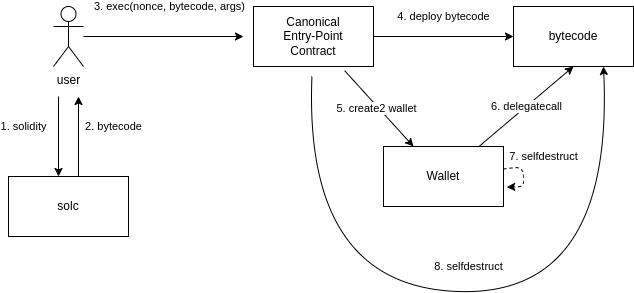
Earlier version of the draw.io export wallet.drawio.png (merklejerk/eco-wallets). Source tidied: cells renumbered, new cells last; positions are measured from the earlier drawing's top-left corner, leaving out a move shared by most shapes. Source of this version:
```xml
<mxGraphModel>
  <root>
    <mxCell id="0" />
    <mxCell id="1" parent="0" />
    <mxCell id="2" value="bytecode" style="rounded=0;whiteSpace=wrap;html=1;" parent="1" vertex="1">
      <mxGeometry x="505" width="120" height="60" as="geometry" />
    </mxCell>
    <mxCell id="3" value="6. delegatecall" style="edgeStyle=none;html=1;entryX=0.5;entryY=1;entryDx=0;entryDy=0;" parent="1" edge="1" source="4" target="2">
      <mxGeometry relative="1" as="geometry" />
    </mxCell>
    <mxCell id="4" value="Wallet" style="rounded=0;whiteSpace=wrap;html=1;" parent="1" vertex="1">
      <mxGeometry x="375" y="140" width="120" height="60" as="geometry" />
    </mxCell>
    <mxCell id="5" value="1. solidity" style="edgeStyle=none;html=1;" parent="1" edge="1">
      <mxGeometry x="-0.25" y="-35" relative="1" as="geometry">
        <mxPoint x="50" y="90" as="sourcePoint" />
        <mxPoint x="50" y="170" as="targetPoint" />
      </mxGeometry>
    </mxCell>
    <mxCell id="6" value="3. exec(nonce, bytecode, args)" style="edgeStyle=none;html=1;" parent="1" edge="1" source="7">
      <mxGeometry x="0.08" y="30" relative="1" as="geometry">
        <mxPoint x="235" y="30" as="targetPoint" />
      </mxGeometry>
    </mxCell>
    <mxCell id="7" value="user" style="shape=umlActor;verticalLabelPosition=bottom;verticalAlign=top;html=1;outlineConnect=0;" parent="1" vertex="1">
      <mxGeometry x="45" width="30" height="60" as="geometry" />
    </mxCell>
    <mxCell id="8" value="2. bytecode" style="edgeStyle=none;html=1;" parent="1" edge="1">
      <mxGeometry x="0.25" y="-35" relative="1" as="geometry">
        <mxPoint x="70" y="170" as="sourcePoint" />
        <mxPoint x="70" y="90" as="targetPoint" />
      </mxGeometry>
    </mxCell>
    <mxCell id="9" value="solc" style="rounded=0;whiteSpace=wrap;html=1;" parent="1" vertex="1">
      <mxGeometry y="170" width="120" height="60" as="geometry" />
    </mxCell>
    <mxCell id="10" value="4. deploy bytecode" style="edgeStyle=none;html=1;entryX=0;entryY=0.5;entryDx=0;entryDy=0;" parent="1" edge="1" target="2">
      <mxGeometry x="0.01" y="20" relative="1" as="geometry">
        <mxPoint x="365" y="30" as="sourcePoint" />
      </mxGeometry>
    </mxCell>
    <mxCell id="11" value="5. create2 wallet" style="edgeStyle=none;html=1;entryX=0.25;entryY=0;entryDx=0;entryDy=0;" parent="1" edge="1" target="4">
      <mxGeometry x="-0.05" y="-2" relative="1" as="geometry">
        <mxPoint x="336.2" y="64.2" as="sourcePoint" />
      </mxGeometry>
    </mxCell>
    <mxCell id="12" value="8. selfdestruct" style="edgeStyle=none;html=1;entryX=0.75;entryY=1;entryDx=0;entryDy=0;curved=1;" parent="1" edge="1" target="2">
      <mxGeometry y="25" relative="1" as="geometry">
        <mxPoint x="303.4" y="70" as="sourcePoint" />
        <Array as="points">
          <mxPoint x="295" y="280" />
          <mxPoint x="605" y="290" />
        </Array>
      </mxGeometry>
    </mxCell>
    <mxCell id="13" value="7. selfdestruct" style="edgeStyle=none;html=1;entryX=1.027;entryY=0.678;entryDx=0;entryDy=0;entryPerimeter=0;dashed=1;" parent="1" edge="1" source="4" target="4">
      <mxGeometry x="-0.29" y="22" relative="1" as="geometry">
        <mxPoint x="-2" y="-10" as="offset" />
      </mxGeometry>
    </mxCell>
    <mxCell id="14" value="Canonical&lt;br&gt;Entry-Point&lt;br&gt;Contract" style="rounded=0;whiteSpace=wrap;html=1;" parent="1" vertex="1">
      <mxGeometry x="245" width="120" height="60" as="geometry" />
    </mxCell>
  </root>
</mxGraphModel>
```
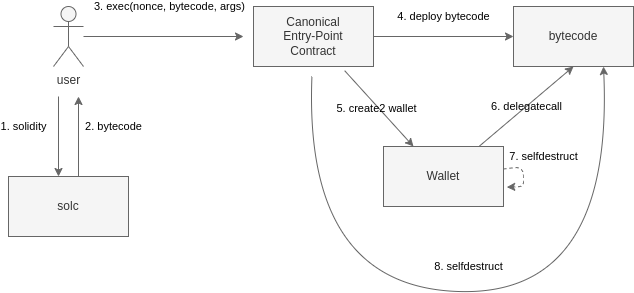
Later version of the same file.

The edit, as a diff of the source:
```diff
@@ -1,50 +1,50 @@
-<mxGraphModel>
+<mxGraphModel background="#ffffff">
   <root>
     <mxCell id="0" />
     <mxCell id="1" parent="0" />
-    <mxCell id="2" value="bytecode" style="rounded=0;whiteSpace=wrap;html=1;" parent="1" vertex="1">
+    <mxCell id="2" value="bytecode" style="rounded=0;whiteSpace=wrap;html=1;fillColor=#f5f5f5;fontColor=#333333;strokeColor=#666666;" parent="1" vertex="1">
       <mxGeometry x="505" width="120" height="60" as="geometry" />
     </mxCell>
-    <mxCell id="3" value="6. delegatecall" style="edgeStyle=none;html=1;entryX=0.5;entryY=1;entryDx=0;entryDy=0;" parent="1" edge="1" source="4" target="2">
+    <mxCell id="3" value="6. delegatecall" style="edgeStyle=none;html=1;entryX=0.5;entryY=1;entryDx=0;entryDy=0;fillColor=#f5f5f5;strokeColor=#666666;labelBackgroundColor=none;fontColor=#000000;" parent="1" edge="1" source="4" target="2">
       <mxGeometry relative="1" as="geometry" />
     </mxCell>
-    <mxCell id="4" value="Wallet" style="rounded=0;whiteSpace=wrap;html=1;" parent="1" vertex="1">
+    <mxCell id="4" value="Wallet" style="rounded=0;whiteSpace=wrap;html=1;fillColor=#f5f5f5;fontColor=#333333;strokeColor=#666666;" parent="1" vertex="1">
       <mxGeometry x="375" y="140" width="120" height="60" as="geometry" />
     </mxCell>
-    <mxCell id="5" value="1. solidity" style="edgeStyle=none;html=1;" parent="1" edge="1">
+    <mxCell id="5" value="1. solidity" style="edgeStyle=none;html=1;fillColor=#f5f5f5;strokeColor=#666666;labelBackgroundColor=none;fontColor=#000000;" parent="1" edge="1">
       <mxGeometry x="-0.25" y="-35" relative="1" as="geometry">
         <mxPoint x="50" y="90" as="sourcePoint" />
         <mxPoint x="50" y="170" as="targetPoint" />
       </mxGeometry>
     </mxCell>
-    <mxCell id="6" value="3. exec(nonce, bytecode, args)" style="edgeStyle=none;html=1;" parent="1" edge="1" source="7">
+    <mxCell id="6" value="3. exec(nonce, bytecode, args)" style="edgeStyle=none;html=1;fillColor=#f5f5f5;strokeColor=#666666;labelBackgroundColor=none;fontColor=#000000;" parent="1" edge="1" source="7">
       <mxGeometry x="0.08" y="30" relative="1" as="geometry">
         <mxPoint x="235" y="30" as="targetPoint" />
       </mxGeometry>
     </mxCell>
-    <mxCell id="7" value="user" style="shape=umlActor;verticalLabelPosition=bottom;verticalAlign=top;html=1;outlineConnect=0;" parent="1" vertex="1">
+    <mxCell id="7" value="user" style="shape=umlActor;verticalLabelPosition=bottom;verticalAlign=top;html=1;outlineConnect=0;fillColor=#f5f5f5;fontColor=#333333;strokeColor=#666666;" parent="1" vertex="1">
       <mxGeometry x="45" width="30" height="60" as="geometry" />
     </mxCell>
-    <mxCell id="8" value="2. bytecode" style="edgeStyle=none;html=1;" parent="1" edge="1">
+    <mxCell id="8" value="2. bytecode" style="edgeStyle=none;html=1;fillColor=#f5f5f5;strokeColor=#666666;labelBackgroundColor=none;fontColor=#000000;" parent="1" edge="1">
       <mxGeometry x="0.25" y="-35" relative="1" as="geometry">
         <mxPoint x="70" y="170" as="sourcePoint" />
         <mxPoint x="70" y="90" as="targetPoint" />
       </mxGeometry>
     </mxCell>
-    <mxCell id="9" value="solc" style="rounded=0;whiteSpace=wrap;html=1;" parent="1" vertex="1">
+    <mxCell id="9" value="solc" style="rounded=0;whiteSpace=wrap;html=1;fillColor=#f5f5f5;fontColor=#333333;strokeColor=#666666;" parent="1" vertex="1">
       <mxGeometry y="170" width="120" height="60" as="geometry" />
     </mxCell>
-    <mxCell id="10" value="4. deploy bytecode" style="edgeStyle=none;html=1;entryX=0;entryY=0.5;entryDx=0;entryDy=0;" parent="1" edge="1" target="2">
+    <mxCell id="10" value="4. deploy bytecode" style="edgeStyle=none;html=1;entryX=0;entryY=0.5;entryDx=0;entryDy=0;fillColor=#f5f5f5;strokeColor=#666666;labelBackgroundColor=none;fontColor=#000000;" parent="1" edge="1" target="2">
       <mxGeometry x="0.01" y="20" relative="1" as="geometry">
         <mxPoint x="365" y="30" as="sourcePoint" />
       </mxGeometry>
     </mxCell>
-    <mxCell id="11" value="5. create2 wallet" style="edgeStyle=none;html=1;entryX=0.25;entryY=0;entryDx=0;entryDy=0;" parent="1" edge="1" target="4">
+    <mxCell id="11" value="5. create2 wallet" style="edgeStyle=none;html=1;entryX=0.25;entryY=0;entryDx=0;entryDy=0;fillColor=#f5f5f5;strokeColor=#666666;labelBackgroundColor=none;fontColor=#000000;" parent="1" edge="1" target="4">
       <mxGeometry x="-0.05" y="-2" relative="1" as="geometry">
         <mxPoint x="336.2" y="64.2" as="sourcePoint" />
       </mxGeometry>
     </mxCell>
-    <mxCell id="12" value="8. selfdestruct" style="edgeStyle=none;html=1;entryX=0.75;entryY=1;entryDx=0;entryDy=0;curved=1;" parent="1" edge="1" target="2">
+    <mxCell id="12" value="8. selfdestruct" style="edgeStyle=none;html=1;entryX=0.75;entryY=1;entryDx=0;entryDy=0;curved=1;fillColor=#f5f5f5;strokeColor=#666666;labelBackgroundColor=none;fontColor=#000000;" parent="1" edge="1" target="2">
       <mxGeometry y="25" relative="1" as="geometry">
         <mxPoint x="303.4" y="70" as="sourcePoint" />
         <Array as="points">
@@ -53,12 +53,12 @@
         </Array>
       </mxGeometry>
     </mxCell>
-    <mxCell id="13" value="7. selfdestruct" style="edgeStyle=none;html=1;entryX=1.027;entryY=0.678;entryDx=0;entryDy=0;entryPerimeter=0;dashed=1;" parent="1" edge="1" source="4" target="4">
+    <mxCell id="13" value="7. selfdestruct" style="edgeStyle=none;html=1;entryX=1.027;entryY=0.678;entryDx=0;entryDy=0;entryPerimeter=0;dashed=1;fillColor=#f5f5f5;strokeColor=#666666;labelBackgroundColor=none;fontColor=#000000;" parent="1" edge="1" source="4" target="4">
       <mxGeometry x="-0.29" y="22" relative="1" as="geometry">
         <mxPoint x="-2" y="-10" as="offset" />
       </mxGeometry>
     </mxCell>
-    <mxCell id="14" value="Canonical&lt;br&gt;Entry-Point&lt;br&gt;Contract" style="rounded=0;whiteSpace=wrap;html=1;" parent="1" vertex="1">
+    <mxCell id="14" value="Canonical&lt;br&gt;Entry-Point&lt;br&gt;Contract" style="rounded=0;whiteSpace=wrap;html=1;fillColor=#f5f5f5;fontColor=#333333;strokeColor=#666666;" parent="1" vertex="1">
       <mxGeometry x="245" width="120" height="60" as="geometry" />
     </mxCell>
   </root>
```
